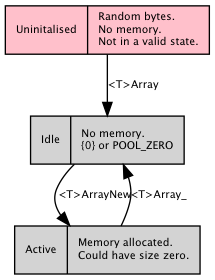
The Graphviz diagram web/states.png in neil-edelman/boxes, before a commit. Its source is kept beside it as web/states.gv.
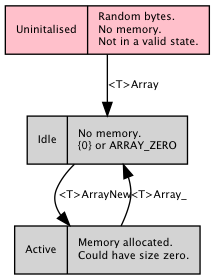
The same file after the commit.

The edit, as a diff of the source:
```diff
@@ -6,7 +6,7 @@
 
 	node [ shape=record, style=filled ];
 	null [ label = "Uninitalised|Random bytes.\lNo memory.\lNot in a valid state.\l", fillcolor = pink ];
-	static [ label = "Idle|No memory.\l\{0\} or POOL_ZERO\l" ];
+	static [ label = "Idle|No memory.\l\{0\} or ARRAY_ZERO\l" ];
 	dynamic [ label = "Active|Memory allocated.\lCould have size zero.\l" ];
 	null -> static [ label = "<T>Array" ];
 	static -> dynamic [ label = "<T>ArrayNew\l" ];
```
